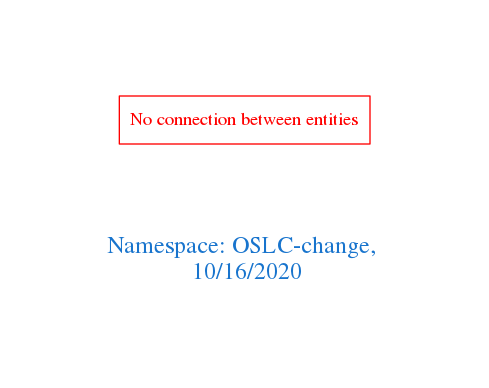
Earlier version of the Graphviz export downloads/OSLC-change.png (arago/OGIT). Its source is kept beside it as downloads/OSLC-change.dot.
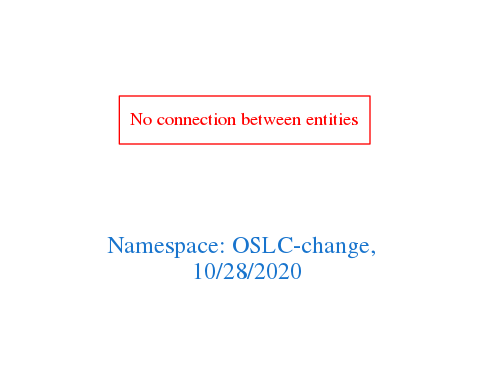
The same diagram one commit later.

What changed in the source:
```diff
@@ -1,7 +1,7 @@
 digraph OGIT_ontology {
  graph [ rankdir= LR,pad=1
 fontsize = 18,
-fontcolor= dodgerblue3,label = "\n\n\nNamespace: OSLC-change, \n 10/16/2020"];
+fontcolor= dodgerblue3,label = "\n\n\nNamespace: OSLC-change, \n 10/28/2020"];
 node[shape=polygon];
 edge [  color="gray81"];
 
```
